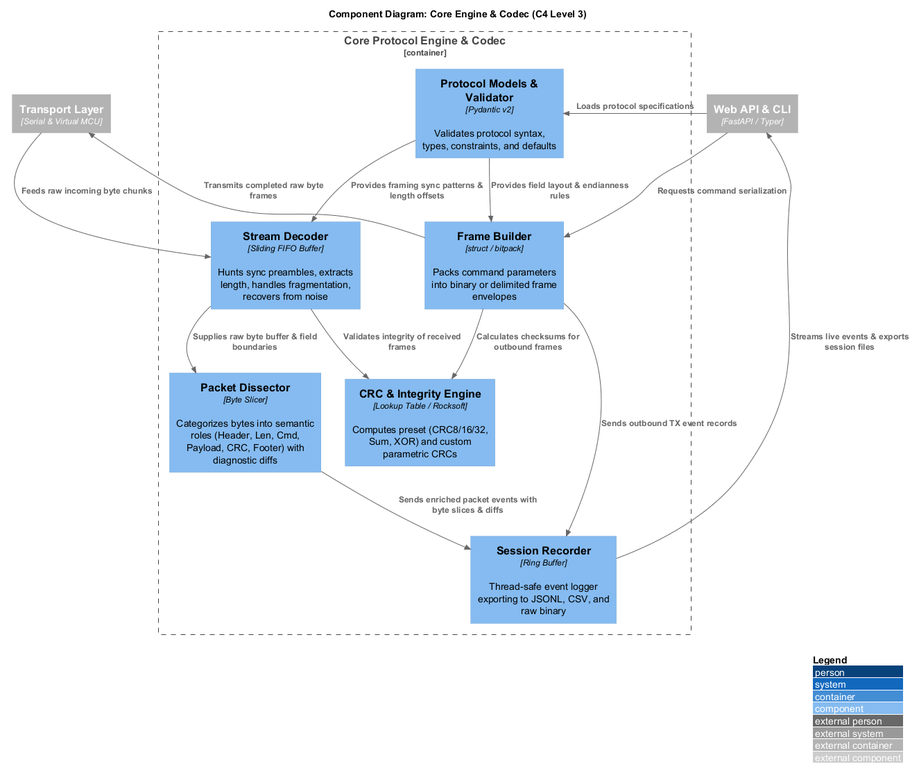
The PlantUML diagram docs/diagrams/images/c4_component_core.png in markbac/omni-uart, before a commit. Source of this version:
```plantuml
@startuml c4_component_core
!include <C4/C4_Component>

LAYOUT_WITH_LEGEND()

title Component Diagram: Core Engine & Codec (C4 Level 3)

Container_Boundary(core, "Core Protocol Engine & Codec") {
    Component(models, "Protocol Models & Validator", "Pydantic v2", "Validates protocol syntax, types, constraints, and defaults")
    Component(builder, "Frame Builder", "struct / bitpack", "Packs command parameters into binary or delimited frame envelopes")
    Component(decoder, "Stream Decoder", "Sliding FIFO Buffer", "Hunts sync preambles, extracts length, handles fragmentation, recovers from noise")
    Component(crc_engine, "CRC & Integrity Engine", "Lookup Table / Rocksoft", "Computes preset (CRC8/16/32, Sum, XOR) and custom parametric CRCs")
    Component(dissector, "Packet Dissector", "Byte Slicer", "Categorizes bytes into semantic roles (Header, Len, Cmd, Payload, CRC, Footer) with diagnostic diffs")
    Component(recorder, "Session Recorder", "Ring Buffer", "Thread-safe event logger exporting to JSONL, CSV, and raw binary")
}

Container_Ext(transport, "Transport Layer", "Serial & Virtual MCU")
Container_Ext(ui_api, "Web API & CLI", "FastAPI / Typer")

Rel(ui_api, models, "Loads protocol specifications")
Rel(ui_api, builder, "Requests command serialization")
Rel(transport, decoder, "Feeds raw incoming byte chunks")

Rel(models, builder, "Provides field layout & endianness rules")
Rel(models, decoder, "Provides framing sync patterns & length offsets")

Rel(builder, crc_engine, "Calculates checksums for outbound frames")
Rel(decoder, crc_engine, "Validates integrity of received frames")

Rel(decoder, dissector, "Supplies raw byte buffer & field boundaries")
Rel(dissector, recorder, "Sends enriched packet events with byte slices & diffs")
Rel(builder, recorder, "Sends outbound TX event records")

Rel(builder, transport, "Transmits completed raw byte frames")
Rel(recorder, ui_api, "Streams live events & exports session files")

@enduml
```
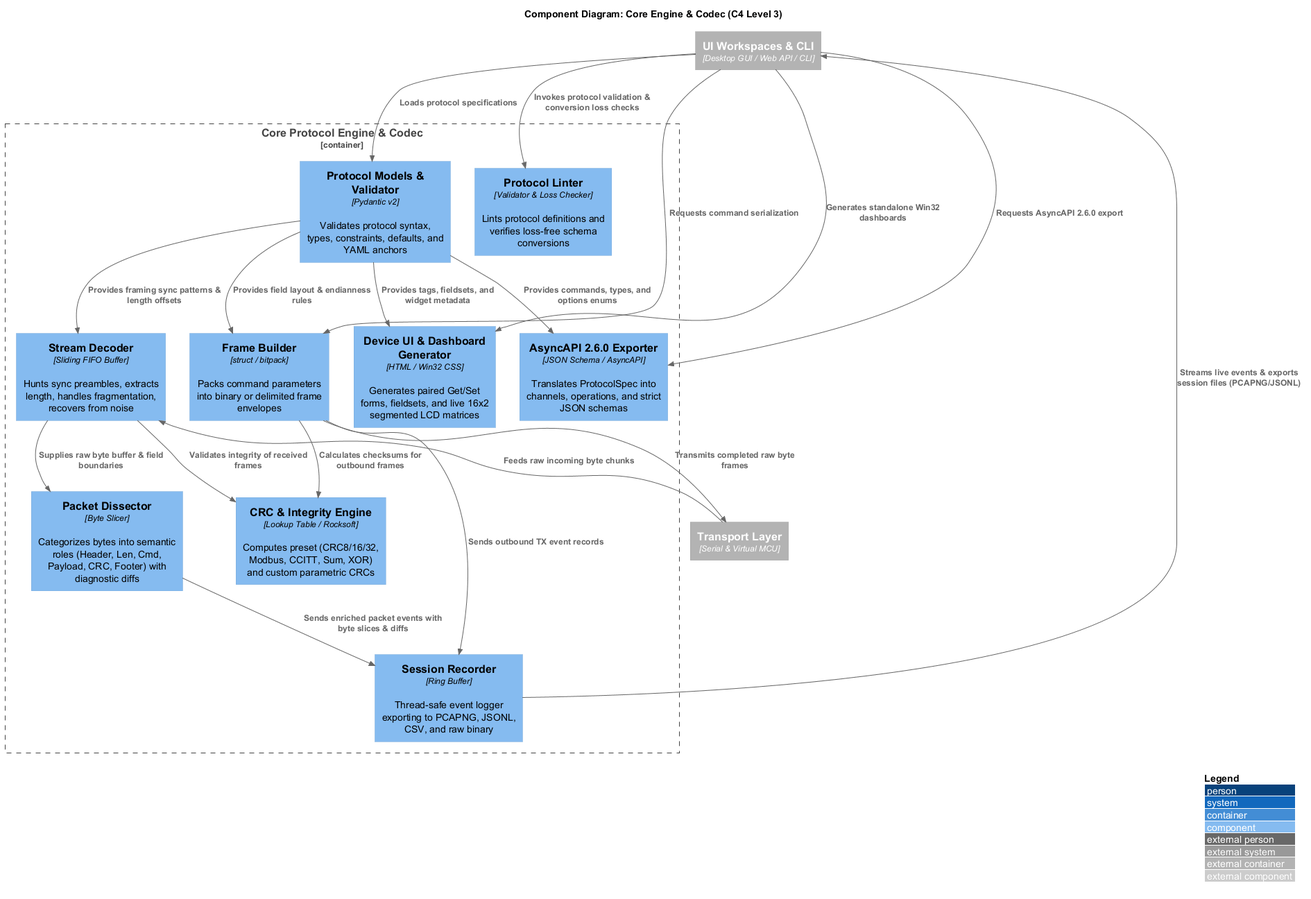
Later version of the same file.

Diff of the diagram source:
```diff
@@ -6,23 +6,31 @@
 title Component Diagram: Core Engine & Codec (C4 Level 3)
 
 Container_Boundary(core, "Core Protocol Engine & Codec") {
-    Component(models, "Protocol Models & Validator", "Pydantic v2", "Validates protocol syntax, types, constraints, and defaults")
+    Component(models, "Protocol Models & Validator", "Pydantic v2", "Validates protocol syntax, types, constraints, defaults, and YAML anchors")
     Component(builder, "Frame Builder", "struct / bitpack", "Packs command parameters into binary or delimited frame envelopes")
     Component(decoder, "Stream Decoder", "Sliding FIFO Buffer", "Hunts sync preambles, extracts length, handles fragmentation, recovers from noise")
-    Component(crc_engine, "CRC & Integrity Engine", "Lookup Table / Rocksoft", "Computes preset (CRC8/16/32, Sum, XOR) and custom parametric CRCs")
+    Component(crc_engine, "CRC & Integrity Engine", "Lookup Table / Rocksoft", "Computes preset (CRC8/16/32, Modbus, CCITT, Sum, XOR) and custom parametric CRCs")
     Component(dissector, "Packet Dissector", "Byte Slicer", "Categorizes bytes into semantic roles (Header, Len, Cmd, Payload, CRC, Footer) with diagnostic diffs")
-    Component(recorder, "Session Recorder", "Ring Buffer", "Thread-safe event logger exporting to JSONL, CSV, and raw binary")
+    Component(recorder, "Session Recorder", "Ring Buffer", "Thread-safe event logger exporting to PCAPNG, JSONL, CSV, and raw binary")
+    Component(dashboard_gen, "Device UI & Dashboard Generator", "HTML / Win32 CSS", "Generates paired Get/Set forms, fieldsets, and live 16x2 segmented LCD matrices")
+    Component(asyncapi_exp, "AsyncAPI 2.6.0 Exporter", "JSON Schema / AsyncAPI", "Translates ProtocolSpec into channels, operations, and strict JSON schemas")
+    Component(linter, "Protocol Linter", "Validator & Loss Checker", "Lints protocol definitions and verifies loss-free schema conversions")
 }
 
 Container_Ext(transport, "Transport Layer", "Serial & Virtual MCU")
-Container_Ext(ui_api, "Web API & CLI", "FastAPI / Typer")
+Container_Ext(ui_api, "UI Workspaces & CLI", "Desktop GUI / Web API / CLI")
 
 Rel(ui_api, models, "Loads protocol specifications")
+Rel(ui_api, linter, "Invokes protocol validation & conversion loss checks")
+Rel(ui_api, dashboard_gen, "Generates standalone Win32 dashboards")
+Rel(ui_api, asyncapi_exp, "Requests AsyncAPI 2.6.0 export")
 Rel(ui_api, builder, "Requests command serialization")
 Rel(transport, decoder, "Feeds raw incoming byte chunks")
 
 Rel(models, builder, "Provides field layout & endianness rules")
 Rel(models, decoder, "Provides framing sync patterns & length offsets")
+Rel(models, dashboard_gen, "Provides tags, fieldsets, and widget metadata")
+Rel(models, asyncapi_exp, "Provides commands, types, and options enums")
 
 Rel(builder, crc_engine, "Calculates checksums for outbound frames")
 Rel(decoder, crc_engine, "Validates integrity of received frames")
@@ -32,6 +40,6 @@
 Rel(builder, recorder, "Sends outbound TX event records")
 
 Rel(builder, transport, "Transmits completed raw byte frames")
-Rel(recorder, ui_api, "Streams live events & exports session files")
+Rel(recorder, ui_api, "Streams live events & exports session files (PCAPNG/JSONL)")
 
 @enduml
```
